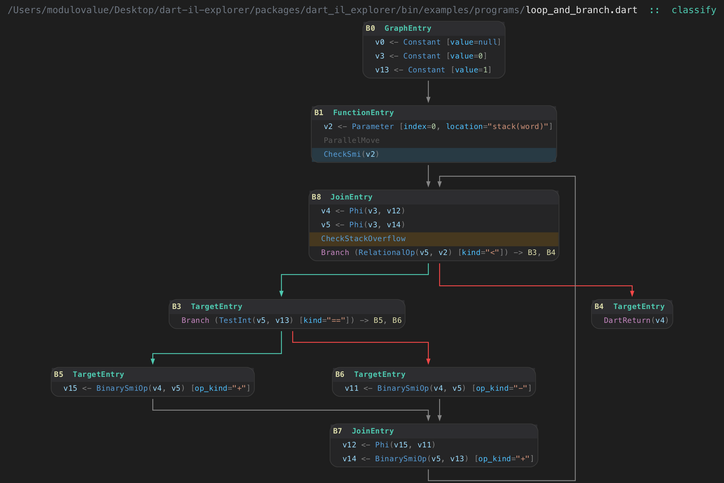
Above: example/sample-cfg.png in modulovalue/graphviz-cfg-plugin (Graphviz), before the change. Its source is kept beside it as example/sample-cfg.dot. Source of this version:
```dot
digraph CFG {
  bgcolor="#1e1e1e";
  node [shape=plaintext, fontname="Menlo", fontsize=12];
  edge [color="#858585", penwidth=1.4, arrowsize=0.7];
  labelloc="t";
  labeljust="l";
  fontname="Menlo"; fontsize=15;
  label=<<font color="#6e7681">/Users/modulovalue/Desktop/dart-il-explorer/packages/dart_il_explorer/bin/examples/programs/</font><font color="#e6e6e6">loop_and_branch.dart</font><font color="#4ec9b0">&nbsp;&nbsp;::&nbsp;&nbsp;classify</font>>;
  "0" [label=<<table border="1" color="#3c3c3c" cellborder="0" cellspacing="0" cellpadding="4" bgcolor="#252526" style="rounded"><tr><td align="left" bgcolor="#2d2d30"><b><font color="#dcdcaa">B0</font><font color="#d4d4d4">&nbsp;&nbsp;</font><font color="#4ec9b0">GraphEntry</font></b></td></tr><tr><td align="left"><font color="#d4d4d4">&nbsp;&nbsp;</font><font color="#9cdcfe">v0</font><font color="#808080">&nbsp;&lt;-&nbsp;</font><font color="#569cd6">Constant</font><font color="#808080">&nbsp;[</font><font color="#4fc1ff">value</font><font color="#808080">=</font><font color="#569cd6">null</font><font color="#808080">]</font></td></tr><tr><td align="left"><font color="#d4d4d4">&nbsp;&nbsp;</font><font color="#9cdcfe">v3</font><font color="#808080">&nbsp;&lt;-&nbsp;</font><font color="#569cd6">Constant</font><font color="#808080">&nbsp;[</font><font color="#4fc1ff">value</font><font color="#808080">=</font><font color="#b5cea8">0</font><font color="#808080">]</font></td></tr><tr><td align="left"><font color="#d4d4d4">&nbsp;&nbsp;</font><font color="#9cdcfe">v13</font><font color="#808080">&nbsp;&lt;-&nbsp;</font><font color="#569cd6">Constant</font><font color="#808080">&nbsp;[</font><font color="#4fc1ff">value</font><font color="#808080">=</font><font color="#b5cea8">1</font><font color="#808080">]</font></td></tr></table>>];
  "1" [label=<<table border="1" color="#3c3c3c" cellborder="0" cellspacing="0" cellpadding="4" bgcolor="#252526" style="rounded"><tr><td align="left" bgcolor="#2d2d30"><b><font color="#dcdcaa">B1</font><font color="#d4d4d4">&nbsp;&nbsp;</font><font color="#4ec9b0">FunctionEntry</font></b></td></tr><tr><td align="left"><font color="#d4d4d4">&nbsp;&nbsp;</font><font color="#9cdcfe">v2</font><font color="#808080">&nbsp;&lt;-&nbsp;</font><font color="#569cd6">Parameter</font><font color="#808080">&nbsp;[</font><font color="#4fc1ff">index</font><font color="#808080">=</font><font color="#b5cea8">0</font><font color="#808080">,&nbsp;</font><font color="#4fc1ff">location</font><font color="#808080">=</font><font color="#ce9178">&quot;stack(word)&quot;</font><font color="#808080">]</font></td></tr><tr><td align="left"><font color="#585858">&nbsp;&nbsp;</font><font color="#585858">ParallelMove</font></td></tr><tr><td align="left" bgcolor="#283a44"><font color="#d4d4d4">&nbsp;&nbsp;</font><font color="#569cd6">CheckSmi</font><font color="#808080">(</font><font color="#9cdcfe">v2</font><font color="#808080">)</font></td></tr></table>>];
  "8" [label=<<table border="1" color="#3c3c3c" cellborder="0" cellspacing="0" cellpadding="4" bgcolor="#252526" style="rounded"><tr><td align="left" bgcolor="#2d2d30"><b><font color="#dcdcaa">B8</font><font color="#d4d4d4">&nbsp;&nbsp;</font><font color="#4ec9b0">JoinEntry</font></b></td></tr><tr><td align="left"><font color="#d4d4d4">&nbsp;&nbsp;</font><font color="#9cdcfe">v4</font><font color="#808080">&nbsp;&lt;-&nbsp;</font><font color="#569cd6">Phi</font><font color="#808080">(</font><font color="#9cdcfe">v3</font><font color="#808080">,&nbsp;</font><font color="#9cdcfe">v12</font><font color="#808080">)</font></td></tr><tr><td align="left"><font color="#d4d4d4">&nbsp;&nbsp;</font><font color="#9cdcfe">v5</font><font color="#808080">&nbsp;&lt;-&nbsp;</font><font color="#569cd6">Phi</font><font color="#808080">(</font><font color="#9cdcfe">v3</font><font color="#808080">,&nbsp;</font><font color="#9cdcfe">v14</font><font color="#808080">)</font></td></tr><tr><td align="left" bgcolor="#46381f"><font color="#d4d4d4">&nbsp;&nbsp;</font><font color="#569cd6">CheckStackOverflow</font></td></tr><tr><td align="left"><font color="#d4d4d4">&nbsp;&nbsp;</font><font color="#c586c0">Branch</font><font color="#808080">&nbsp;(</font><font color="#569cd6">RelationalOp</font><font color="#808080">(</font><font color="#9cdcfe">v5</font><font color="#808080">,&nbsp;</font><font color="#9cdcfe">v2</font><font color="#808080">)</font><font color="#808080">&nbsp;[</font><font color="#4fc1ff">kind</font><font color="#808080">=</font><font color="#ce9178">&quot;&lt;&quot;</font><font color="#808080">]</font><font color="#808080">)</font><font color="#808080">&nbsp;-&gt;&nbsp;</font><font color="#dcdcaa">B3</font><font color="#808080">,&nbsp;</font><font color="#dcdcaa">B4</font></td></tr></table>>];
  "3" [label=<<table border="1" color="#3c3c3c" cellborder="0" cellspacing="0" cellpadding="4" bgcolor="#252526" style="rounded"><tr><td align="left" bgcolor="#2d2d30"><b><font color="#dcdcaa">B3</font><font color="#d4d4d4">&nbsp;&nbsp;</font><font color="#4ec9b0">TargetEntry</font></b></td></tr><tr><td align="left"><font color="#d4d4d4">&nbsp;&nbsp;</font><font color="#c586c0">Branch</font><font color="#808080">&nbsp;(</font><font color="#569cd6">TestInt</font><font color="#808080">(</font><font color="#9cdcfe">v5</font><font color="#808080">,&nbsp;</font><font color="#9cdcfe">v13</font><font color="#808080">)</font><font color="#808080">&nbsp;[</font><font color="#4fc1ff">kind</font><font color="#808080">=</font><font color="#ce9178">&quot;==&quot;</font><font color="#808080">]</font><font color="#808080">)</font><font color="#808080">&nbsp;-&gt;&nbsp;</font><font color="#dcdcaa">B5</font><font color="#808080">,&nbsp;</font><font color="#dcdcaa">B6</font></td></tr></table>>];
  "5" [label=<<table border="1" color="#3c3c3c" cellborder="0" cellspacing="0" cellpadding="4" bgcolor="#252526" style="rounded"><tr><td align="left" bgcolor="#2d2d30"><b><font color="#dcdcaa">B5</font><font color="#d4d4d4">&nbsp;&nbsp;</font><font color="#4ec9b0">TargetEntry</font></b></td></tr><tr><td align="left"><font color="#d4d4d4">&nbsp;&nbsp;</font><font color="#9cdcfe">v15</font><font color="#808080">&nbsp;&lt;-&nbsp;</font><font color="#569cd6">BinarySmiOp</font><font color="#808080">(</font><font color="#9cdcfe">v4</font><font color="#808080">,&nbsp;</font><font color="#9cdcfe">v5</font><font color="#808080">)</font><font color="#808080">&nbsp;[</font><font color="#4fc1ff">op_kind</font><font color="#808080">=</font><font color="#ce9178">&quot;+&quot;</font><font color="#808080">]</font></td></tr></table>>];
  "6" [label=<<table border="1" color="#3c3c3c" cellborder="0" cellspacing="0" cellpadding="4" bgcolor="#252526" style="rounded"><tr><td align="left" bgcolor="#2d2d30"><b><font color="#dcdcaa">B6</font><font color="#d4d4d4">&nbsp;&nbsp;</font><font color="#4ec9b0">TargetEntry</font></b></td></tr><tr><td align="left"><font color="#d4d4d4">&nbsp;&nbsp;</font><font color="#9cdcfe">v11</font><font color="#808080">&nbsp;&lt;-&nbsp;</font><font color="#569cd6">BinarySmiOp</font><font color="#808080">(</font><font color="#9cdcfe">v4</font><font color="#808080">,&nbsp;</font><font color="#9cdcfe">v5</font><font color="#808080">)</font><font color="#808080">&nbsp;[</font><font color="#4fc1ff">op_kind</font><font color="#808080">=</font><font color="#ce9178">&quot;-&quot;</font><font color="#808080">]</font></td></tr></table>>];
  "7" [label=<<table border="1" color="#3c3c3c" cellborder="0" cellspacing="0" cellpadding="4" bgcolor="#252526" style="rounded"><tr><td align="left" bgcolor="#2d2d30"><b><font color="#dcdcaa">B7</font><font color="#d4d4d4">&nbsp;&nbsp;</font><font color="#4ec9b0">JoinEntry</font></b></td></tr><tr><td align="left"><font color="#d4d4d4">&nbsp;&nbsp;</font><font color="#9cdcfe">v12</font><font color="#808080">&nbsp;&lt;-&nbsp;</font><font color="#569cd6">Phi</font><font color="#808080">(</font><font color="#9cdcfe">v15</font><font color="#808080">,&nbsp;</font><font color="#9cdcfe">v11</font><font color="#808080">)</font></td></tr><tr><td align="left"><font color="#d4d4d4">&nbsp;&nbsp;</font><font color="#9cdcfe">v14</font><font color="#808080">&nbsp;&lt;-&nbsp;</font><font color="#569cd6">BinarySmiOp</font><font color="#808080">(</font><font color="#9cdcfe">v5</font><font color="#808080">,&nbsp;</font><font color="#9cdcfe">v13</font><font color="#808080">)</font><font color="#808080">&nbsp;[</font><font color="#4fc1ff">op_kind</font><font color="#808080">=</font><font color="#ce9178">&quot;+&quot;</font><font color="#808080">]</font></td></tr></table>>];
  "4" [label=<<table border="1" color="#3c3c3c" cellborder="0" cellspacing="0" cellpadding="4" bgcolor="#252526" style="rounded"><tr><td align="left" bgcolor="#2d2d30"><b><font color="#dcdcaa">B4</font><font color="#d4d4d4">&nbsp;&nbsp;</font><font color="#4ec9b0">TargetEntry</font></b></td></tr><tr><td align="left"><font color="#d4d4d4">&nbsp;&nbsp;</font><font color="#c586c0">DartReturn</font><font color="#808080">(</font><font color="#9cdcfe">v4</font><font color="#808080">)</font></td></tr></table>>];
  "0" -> "1" [cfgbias=right, color="#858585"];
  "1" -> "8" [cfgbias=right, color="#858585"];
  "8" -> "3" [cfgbias=left, color="#4ec9b0"];
  "8" -> "4" [cfgbias=right, color="#f44747"];
  "3" -> "5" [cfgbias=left, color="#4ec9b0"];
  "3" -> "6" [cfgbias=right, color="#f44747"];
  "5" -> "7" [cfgbias=right, color="#858585"];
  "6" -> "7" [cfgbias=right, color="#858585"];
  "7" -> "8" [cfgbias=right, color="#858585"];
}
```
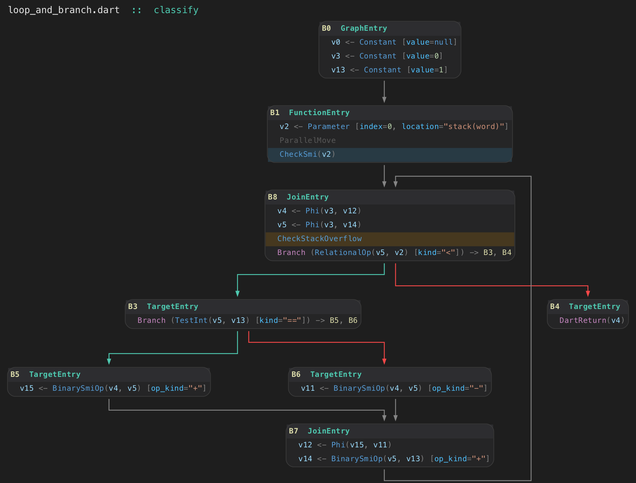
After the change.

What changed in the source:
```diff
@@ -5,7 +5,7 @@
   labelloc="t";
   labeljust="l";
   fontname="Menlo"; fontsize=15;
-  label=<<font color="#6e7681">/Users/modulovalue/Desktop/dart-il-explorer/packages/dart_il_explorer/bin/examples/programs/</font><font color="#e6e6e6">loop_and_branch.dart</font><font color="#4ec9b0">&nbsp;&nbsp;::&nbsp;&nbsp;classify</font>>;
+  label=<<font color="#e6e6e6">loop_and_branch.dart</font><font color="#4ec9b0">&nbsp;&nbsp;::&nbsp;&nbsp;classify</font>>;
   "0" [label=<<table border="1" color="#3c3c3c" cellborder="0" cellspacing="0" cellpadding="4" bgcolor="#252526" style="rounded"><tr><td align="left" bgcolor="#2d2d30"><b><font color="#dcdcaa">B0</font><font color="#d4d4d4">&nbsp;&nbsp;</font><font color="#4ec9b0">GraphEntry</font></b></td></tr><tr><td align="left"><font color="#d4d4d4">&nbsp;&nbsp;</font><font color="#9cdcfe">v0</font><font color="#808080">&nbsp;&lt;-&nbsp;</font><font color="#569cd6">Constant</font><font color="#808080">&nbsp;[</font><font color="#4fc1ff">value</font><font color="#808080">=</font><font color="#569cd6">null</font><font color="#808080">]</font></td></tr><tr><td align="left"><font color="#d4d4d4">&nbsp;&nbsp;</font><font color="#9cdcfe">v3</font><font color="#808080">&nbsp;&lt;-&nbsp;</font><font color="#569cd6">Constant</font><font color="#808080">&nbsp;[</font><font color="#4fc1ff">value</font><font color="#808080">=</font><font color="#b5cea8">0</font><font color="#808080">]</font></td></tr><tr><td align="left"><font color="#d4d4d4">&nbsp;&nbsp;</font><font color="#9cdcfe">v13</font><font color="#808080">&nbsp;&lt;-&nbsp;</font><font color="#569cd6">Constant</font><font color="#808080">&nbsp;[</font><font color="#4fc1ff">value</font><font color="#808080">=</font><font color="#b5cea8">1</font><font color="#808080">]</font></td></tr></table>>];
   "1" [label=<<table border="1" color="#3c3c3c" cellborder="0" cellspacing="0" cellpadding="4" bgcolor="#252526" style="rounded"><tr><td align="left" bgcolor="#2d2d30"><b><font color="#dcdcaa">B1</font><font color="#d4d4d4">&nbsp;&nbsp;</font><font color="#4ec9b0">FunctionEntry</font></b></td></tr><tr><td align="left"><font color="#d4d4d4">&nbsp;&nbsp;</font><font color="#9cdcfe">v2</font><font color="#808080">&nbsp;&lt;-&nbsp;</font><font color="#569cd6">Parameter</font><font color="#808080">&nbsp;[</font><font color="#4fc1ff">index</font><font color="#808080">=</font><font color="#b5cea8">0</font><font color="#808080">,&nbsp;</font><font color="#4fc1ff">location</font><font color="#808080">=</font><font color="#ce9178">&quot;stack(word)&quot;</font><font color="#808080">]</font></td></tr><tr><td align="left"><font color="#585858">&nbsp;&nbsp;</font><font color="#585858">ParallelMove</font></td></tr><tr><td align="left" bgcolor="#283a44"><font color="#d4d4d4">&nbsp;&nbsp;</font><font color="#569cd6">CheckSmi</font><font color="#808080">(</font><font color="#9cdcfe">v2</font><font color="#808080">)</font></td></tr></table>>];
   "8" [label=<<table border="1" color="#3c3c3c" cellborder="0" cellspacing="0" cellpadding="4" bgcolor="#252526" style="rounded"><tr><td align="left" bgcolor="#2d2d30"><b><font color="#dcdcaa">B8</font><font color="#d4d4d4">&nbsp;&nbsp;</font><font color="#4ec9b0">JoinEntry</font></b></td></tr><tr><td align="left"><font color="#d4d4d4">&nbsp;&nbsp;</font><font color="#9cdcfe">v4</font><font color="#808080">&nbsp;&lt;-&nbsp;</font><font color="#569cd6">Phi</font><font color="#808080">(</font><font color="#9cdcfe">v3</font><font color="#808080">,&nbsp;</font><font color="#9cdcfe">v12</font><font color="#808080">)</font></td></tr><tr><td align="left"><font color="#d4d4d4">&nbsp;&nbsp;</font><font color="#9cdcfe">v5</font><font color="#808080">&nbsp;&lt;-&nbsp;</font><font color="#569cd6">Phi</font><font color="#808080">(</font><font color="#9cdcfe">v3</font><font color="#808080">,&nbsp;</font><font color="#9cdcfe">v14</font><font color="#808080">)</font></td></tr><tr><td align="left" bgcolor="#46381f"><font color="#d4d4d4">&nbsp;&nbsp;</font><font color="#569cd6">CheckStackOverflow</font></td></tr><tr><td align="left"><font color="#d4d4d4">&nbsp;&nbsp;</font><font color="#c586c0">Branch</font><font color="#808080">&nbsp;(</font><font color="#569cd6">RelationalOp</font><font color="#808080">(</font><font color="#9cdcfe">v5</font><font color="#808080">,&nbsp;</font><font color="#9cdcfe">v2</font><font color="#808080">)</font><font color="#808080">&nbsp;[</font><font color="#4fc1ff">kind</font><font color="#808080">=</font><font color="#ce9178">&quot;&lt;&quot;</font><font color="#808080">]</font><font color="#808080">)</font><font color="#808080">&nbsp;-&gt;&nbsp;</font><font color="#dcdcaa">B3</font><font color="#808080">,&nbsp;</font><font color="#dcdcaa">B4</font></td></tr></table>>];
```
